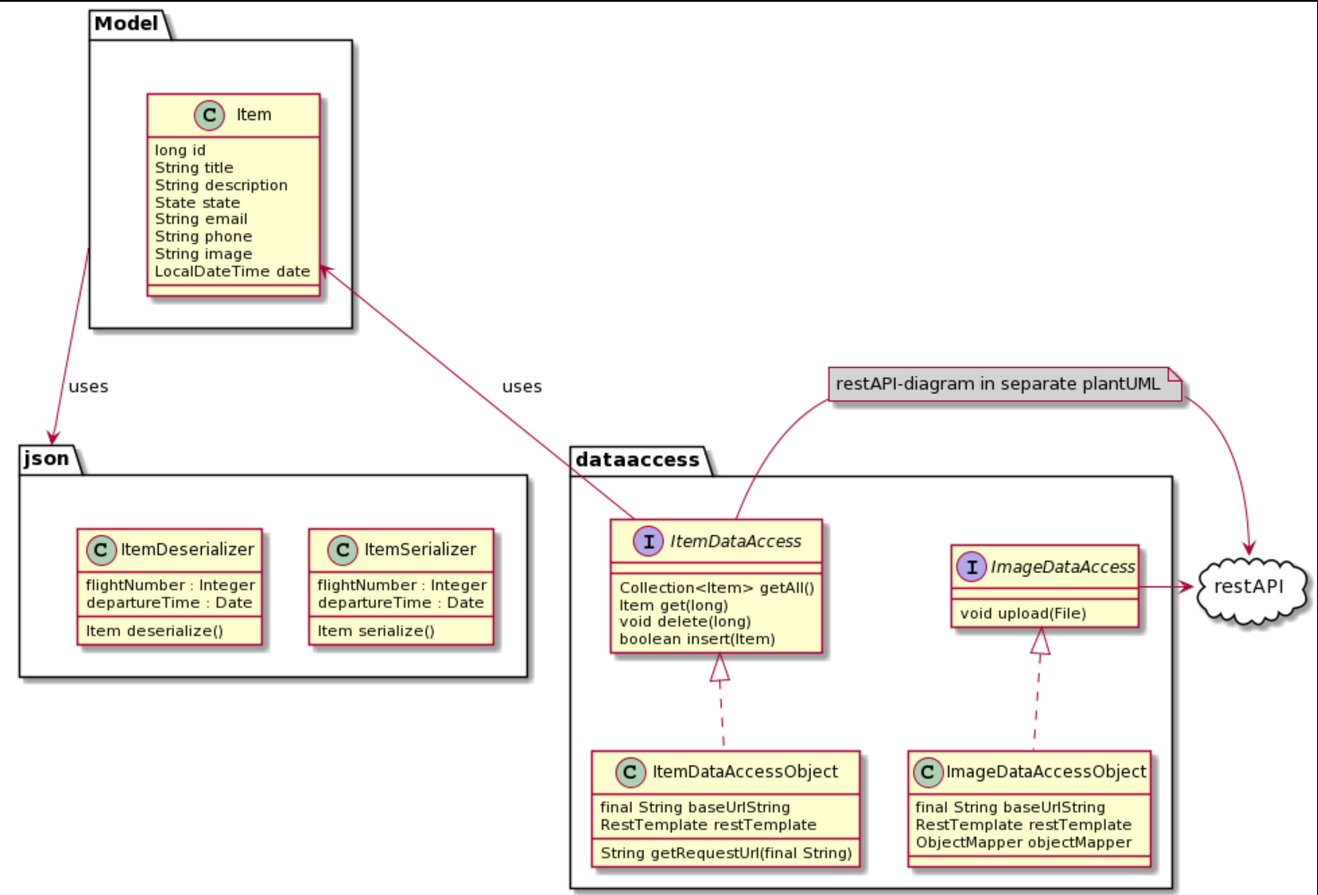
simenkristoff/foundly keeps this PlantUML diagram as foundly/architecture/classdiagram-core.png. Above is the earlier version. Its source is kept beside it as foundly/architecture/classdiagram-core.puml.
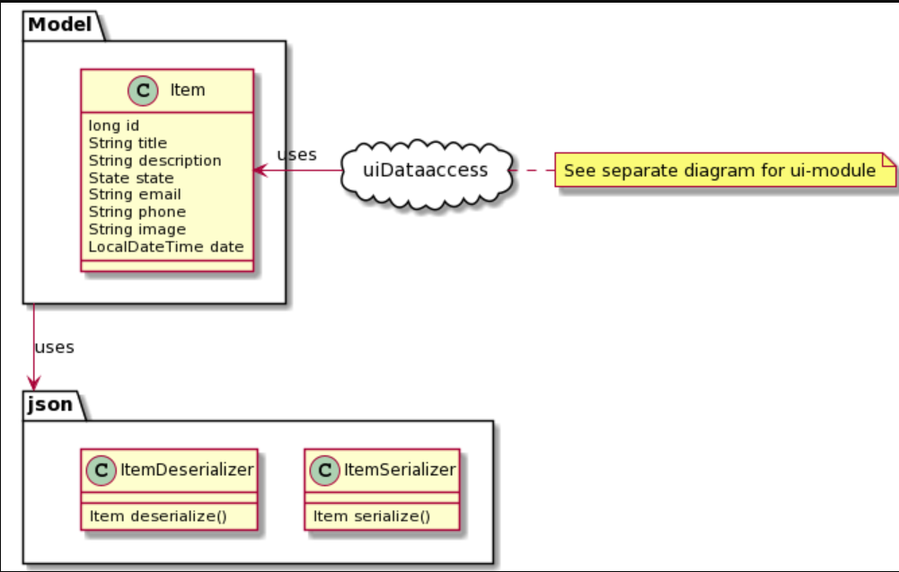
Later version of the same file.

Commit message:
Endringer på klassediagram til core

*fjernet dataaccess, som skal i ui
*fjernet felter ikke i bruk
*la inn ny png-fil med riktig diagram

The edit, as a diff of the source:
```diff
@@ -16,62 +16,19 @@
 package json <<Folder>> {
 
     class ItemSerializer {
-        flightNumber : Integer
-        departureTime : Date
         Item serialize()
     }
 
     class ItemDeserializer {
-        flightNumber : Integer
-        departureTime : Date
         Item deserialize()
     }
 }
 
-package dataaccess <<Folder>> {
-
-    interface ImageDataAccess {
-        void upload(File)
-
-    }
-
-    class ImageDataAccessObject {
-        final String baseUrlString
-        RestTemplate restTemplate
-        ObjectMapper objectMapper
-
-
-
-    }
-
-    ImageDataAccess <|.. ImageDataAccessObject
-
-    interface ItemDataAccess {
-        Collection<Item> getAll()
-        Item get(long)
-        void delete(long)
-        boolean insert(Item)
-    }
-
-    class ItemDataAccessObject {
-        final String baseUrlString
-        RestTemplate restTemplate
-        String getRequestUrl(final String)
-    }
-
-    ItemDataAccess <|.. ItemDataAccessObject
+package uiDataaccess <<Cloud>> {
 
 }
 
-package restAPI <<Cloud>> {
-
-}
-
-
-ImageDataAccess -right-> restAPI
-ItemDataAccess -right-> restAPI
-note on link #lightgray: restAPI-diagram in separate plantUML
-
-ItemDataAccess -up-> Item : uses
+uiDataaccess -left-> Item : uses
+note right of uiDataaccess: See separate diagram for ui-module
 Model -down-> json : uses
 @enduml
```
